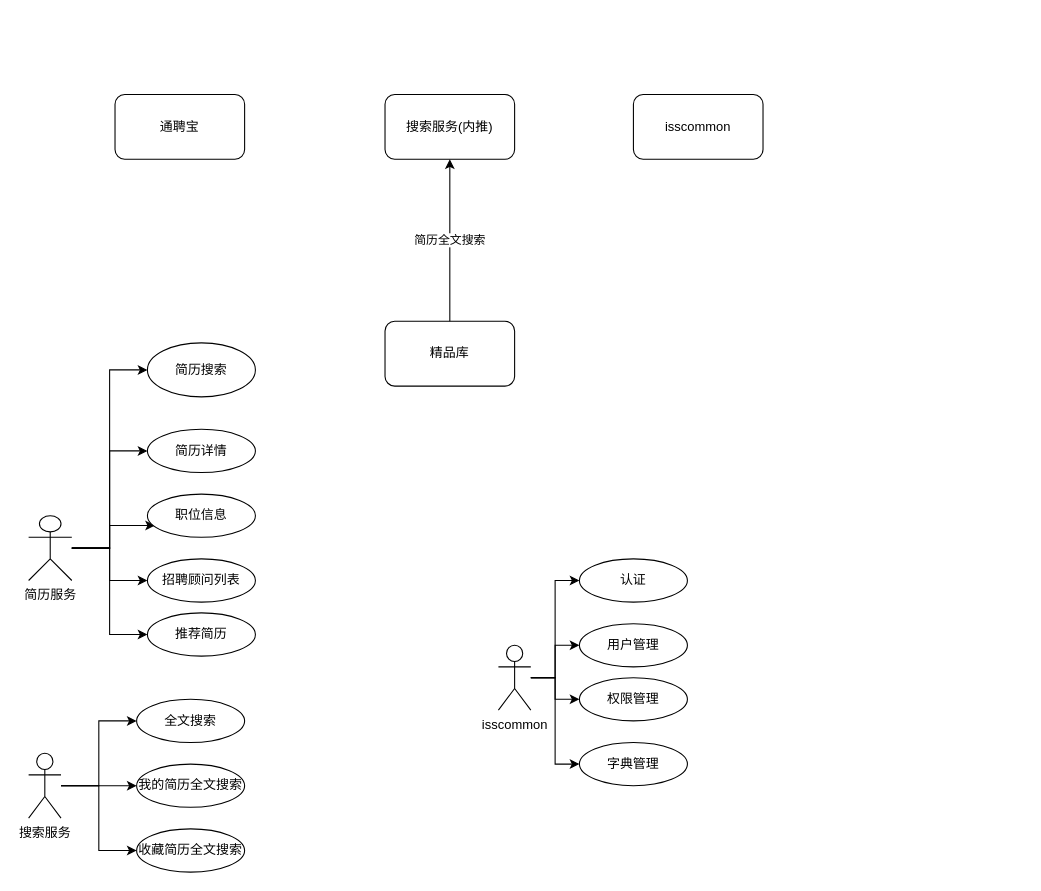
Above: source/精品库相关.drawio in toby2o12/drawio (draw.io), before the change. Source tidied: cells renumbered, new cells numbered last; positions are measured from the earlier drawing's top-left corner, leaving out a move shared by most shapes. Both pictures are drawn from the tidied source at 108%, with x=0, y=0 at pixel (28, 94).
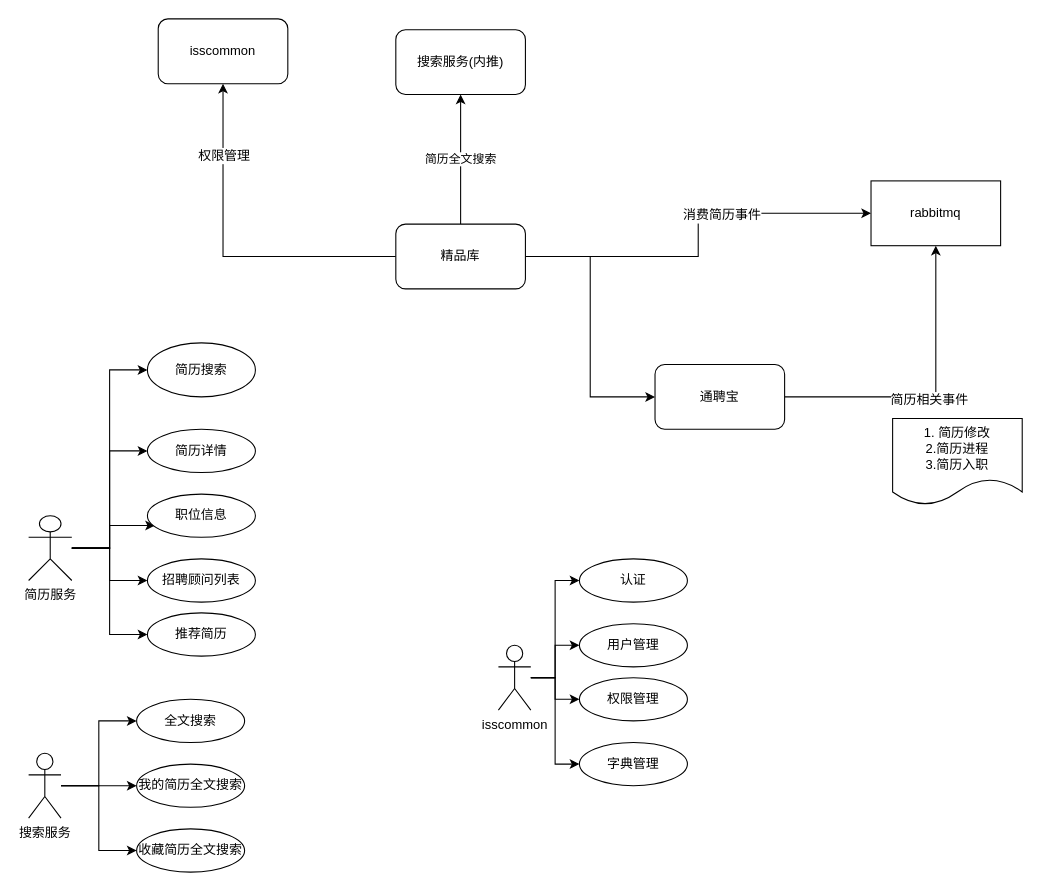
After the change.

Commit message:
更新精品库相关.drawio

Change to the diagram source:
```diff
@@
+    <mxCell id="34" style="edgeStyle=orthogonalEdgeStyle;rounded=0;jettySize=auto;html=1;entryX=0.5;entryY=1;entryDx=0;entryDy=0;" parent="1" edge="1" source="2" target="4">
+      <mxGeometry relative="1" as="geometry" />
+    </mxCell>
+    <mxCell id="35" value="权限管理" style="text;html=1;align=center;verticalAlign=middle;labelBackgroundColor=#ffffff;" parent="34" vertex="1">
+      <mxGeometry x="0.59" relative="1" as="geometry" />
+    </mxCell>
+    <mxCell id="36" style="edgeStyle=orthogonalEdgeStyle;rounded=0;jettySize=auto;html=1;entryX=0;entryY=0.5;entryDx=0;entryDy=0;" parent="1" edge="1" source="2" target="3">
+      <mxGeometry relative="1" as="geometry" />
+    </mxCell>
+    <mxCell id="37" style="edgeStyle=orthogonalEdgeStyle;rounded=0;jettySize=auto;html=1;" parent="1" edge="1" source="2" target="41">
+      <mxGeometry relative="1" as="geometry" />
+    </mxCell>
+    <mxCell id="38" value="消费简历事件" style="text;html=1;align=center;verticalAlign=middle;labelBackgroundColor=#ffffff;" parent="37" vertex="1">
+      <mxGeometry x="0.23" y="-1" relative="1" as="geometry" />
+    </mxCell>
     <mxCell id="2" value="精品库" style="rounded=1;whiteSpace=wrap;html=1;" parent="1" vertex="1">
-      <mxGeometry x="330" y="210" width="120" height="60" as="geometry" />
+      <mxGeometry x="340" y="120" width="120" height="60" as="geometry" />
     </mxCell>
+    <mxCell id="39" style="edgeStyle=orthogonalEdgeStyle;rounded=0;jettySize=auto;html=1;entryX=0.5;entryY=1;entryDx=0;entryDy=0;" parent="1" edge="1" source="3" target="41">
+      <mxGeometry relative="1" as="geometry" />
+    </mxCell>
+    <mxCell id="40" value="简历相关事件" style="text;html=1;align=center;verticalAlign=middle;labelBackgroundColor=#ffffff;" parent="39" vertex="1">
+      <mxGeometry x="-0.05" y="-2" relative="1" as="geometry" />
+    </mxCell>
     <mxCell id="3" value="通聘宝" style="rounded=1;whiteSpace=wrap;html=1;" parent="1" vertex="1">
-      <mxGeometry x="80" width="120" height="60" as="geometry" />
+      <mxGeometry x="580" y="250" width="120" height="60" as="geometry" />
     </mxCell>
     <mxCell id="4" value="isscommon" style="rounded=1;whiteSpace=wrap;html=1;" parent="1" vertex="1">
-      <mxGeometry x="560" width="120" height="60" as="geometry" />
+      <mxGeometry x="120" y="-70" width="120" height="60" as="geometry" />
     </mxCell>
     <mxCell id="5" value="搜索服务(内推)" style="rounded=1;whiteSpace=wrap;html=1;" parent="1" vertex="1">
-      <mxGeometry x="330" width="120" height="60" as="geometry" />
+      <mxGeometry x="340" y="-60" width="120" height="60" as="geometry" />
     </mxCell>
-    <mxCell id="6" value="简历全文搜索" style="endArrow=classic;html=1;" parent="1" edge="1" target="5">
-      <mxGeometry relative="1" as="geometry">
-        <mxPoint x="390" y="210" as="sourcePoint" />
-      </mxGeometry>
+    <mxCell id="6" value="简历全文搜索" style="endArrow=classic;html=1;" parent="1" edge="1" source="2" target="5">
+      <mxGeometry relative="1" as="geometry" />
     </mxCell>
@@
+    <mxCell id="41" value="rabbitmq" style="rounded=0;whiteSpace=wrap;html=1;" parent="1" vertex="1">
+      <mxGeometry x="780" y="80" width="120" height="60" as="geometry" />
+    </mxCell>
+    <mxCell id="42" value="1. 简历修改&lt;br&gt;2.简历进程&lt;br&gt;3.简历入职&lt;br&gt;" style="shape=document;whiteSpace=wrap;html=1;boundedLbl=1;" parent="1" vertex="1">
+      <mxGeometry x="800" y="300" width="120" height="80" as="geometry" />
+    </mxCell>
```
